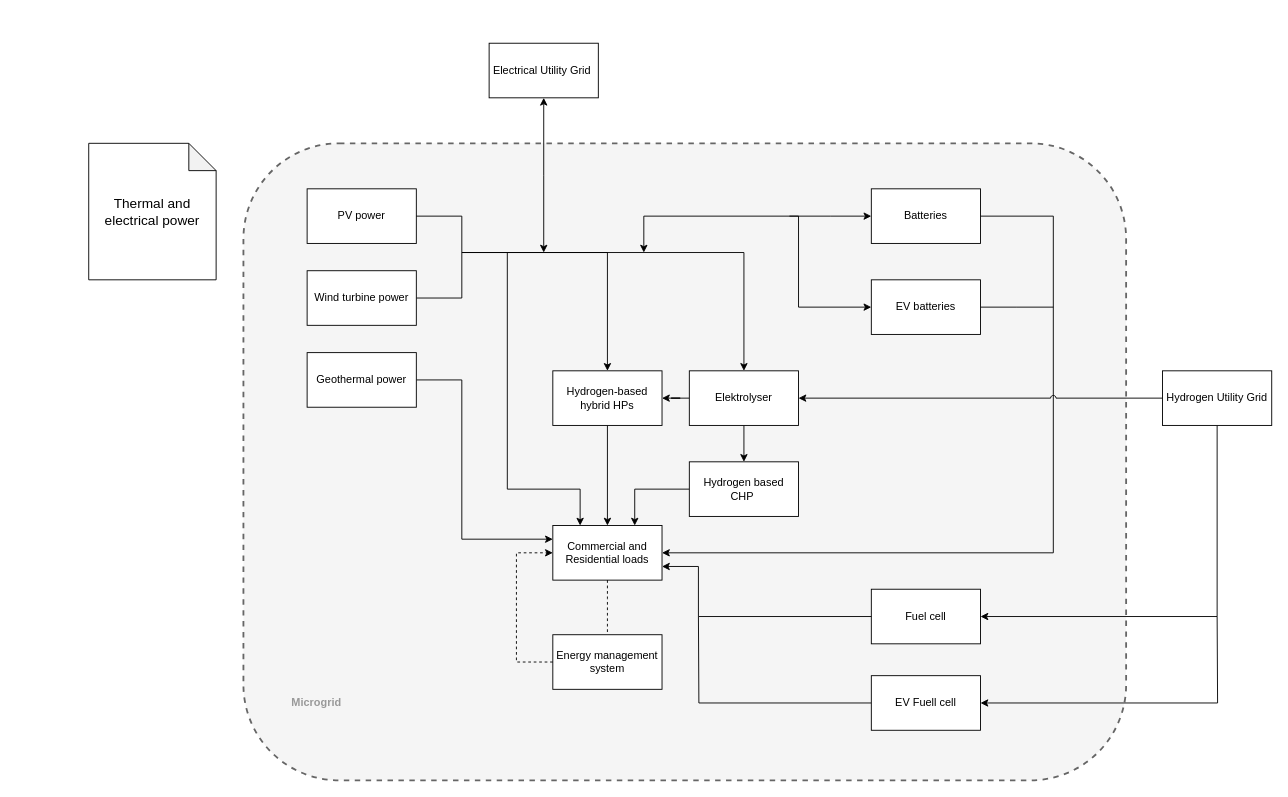
This is page "Model architecture" (2 of 2) of flowchart.drawio from TEKaal/Diagrams, a draw.io file, before an edit. Source tidied: cells renumbered, new cells numbered last; positions are measured from the earlier drawing's top-left corner, leaving out a move shared by most shapes. Both pictures are drawn from the tidied source at 91%, with x=0, y=0 at pixel (88, 43).
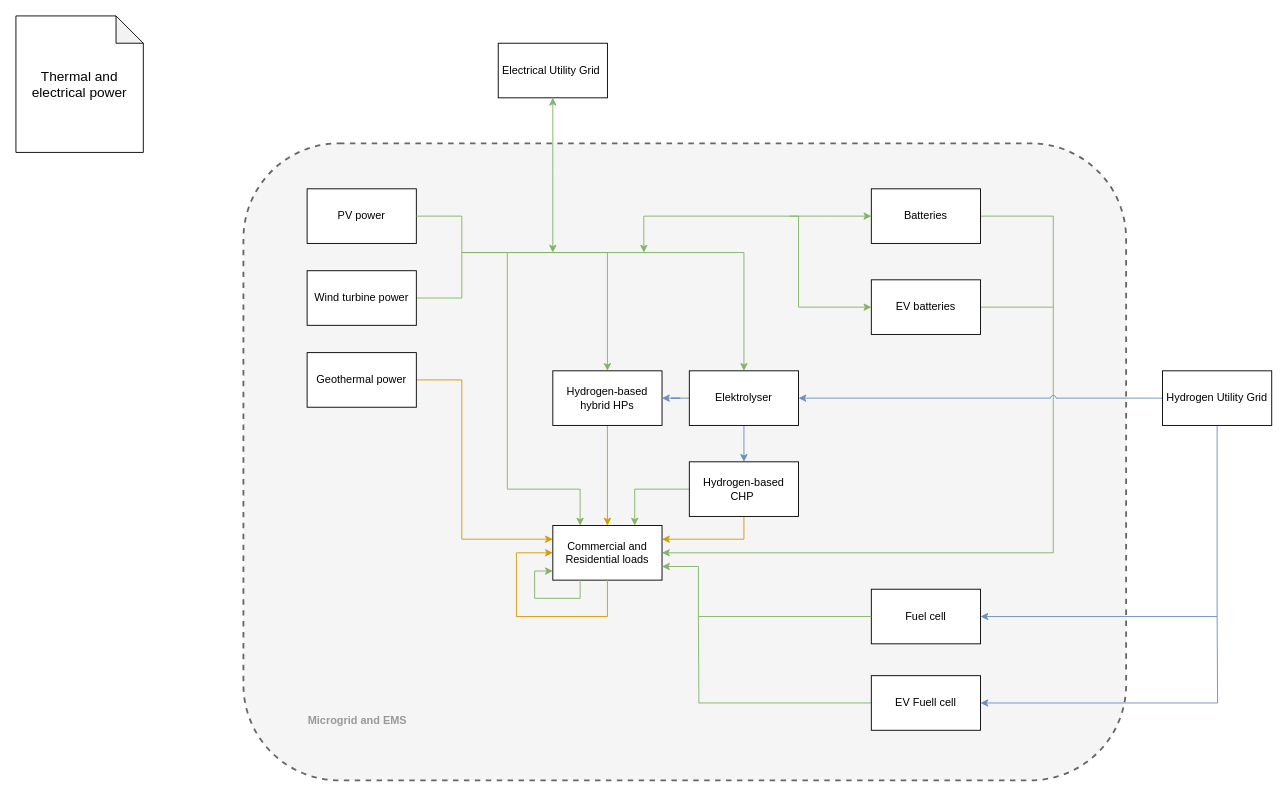
Above is the later version.

Unchanged cells that the change refers to:
```xml
<mxCell id="4" value="PV power" style="rounded=0;whiteSpace=wrap;html=1;" parent="1" vertex="1">
  <mxGeometry x="240" y="160" width="120" height="60" as="geometry" />
</mxCell>
<mxCell id="7" value="EV batteries" style="rounded=0;whiteSpace=wrap;html=1;" parent="1" vertex="1">
  <mxGeometry x="860" y="260" width="120" height="60" as="geometry" />
</mxCell>
<mxCell id="9" value="Commercial and Residential loads" style="rounded=0;whiteSpace=wrap;html=1;" parent="1" vertex="1">
  <mxGeometry x="510" y="530" width="120" height="60" as="geometry" />
</mxCell>
<mxCell id="12" value="Elektrolyser" style="rounded=0;whiteSpace=wrap;html=1;" parent="1" vertex="1">
  <mxGeometry x="660" y="360" width="120" height="60" as="geometry" />
</mxCell>
<mxCell id="14" value="Hydrogen-based hybrid HPs" style="rounded=0;whiteSpace=wrap;html=1;" parent="1" vertex="1">
  <mxGeometry x="510" y="360" width="120" height="60" as="geometry" />
</mxCell>
<mxCell id="16" value="Wind turbine power" style="rounded=0;whiteSpace=wrap;html=1;" parent="1" vertex="1">
  <mxGeometry x="240" y="250" width="120" height="60" as="geometry" />
</mxCell>
<mxCell id="25" value="Batteries" style="rounded=0;whiteSpace=wrap;html=1;" parent="1" vertex="1">
  <mxGeometry x="860" y="160" width="120" height="60" as="geometry" />
</mxCell>
<mxCell id="28" value="Hydrogen Utility Grid" style="rounded=0;whiteSpace=wrap;html=1;" parent="1" vertex="1">
  <mxGeometry x="1180" y="360" width="120" height="60" as="geometry" />
</mxCell>
<mxCell id="37" value="EV Fuell cell" style="rounded=0;whiteSpace=wrap;html=1;" parent="1" vertex="1">
  <mxGeometry x="860" y="695" width="120" height="60" as="geometry" />
</mxCell>
<mxCell id="39" value="Geothermal power" style="rounded=0;whiteSpace=wrap;html=1;" parent="1" vertex="1">
  <mxGeometry x="240" y="340" width="120" height="60" as="geometry" />
</mxCell>
```

The edit, as a diff of the source:
```diff
@@
-    <mxCell id="5" style="edgeStyle=orthogonalEdgeStyle;rounded=0;jettySize=auto;html=1;startArrow=classic;startFill=1;" parent="1" edge="1" source="7">
+    <mxCell id="5" style="edgeStyle=orthogonalEdgeStyle;rounded=0;jettySize=auto;html=1;startArrow=classic;startFill=1;fillColor=#d5e8d4;strokeColor=#82b366;" parent="1" edge="1" source="7">
       <mxGeometry relative="1" as="geometry">
         <mxPoint x="610" y="230" as="targetPoint" />
         <Array as="points">
           <mxPoint x="780" y="290" />
           <mxPoint x="780" y="190" />
           <mxPoint x="610" y="190" />
         </Array>
       </mxGeometry>
     </mxCell>
-    <mxCell id="6" style="edgeStyle=orthogonalEdgeStyle;rounded=0;jettySize=auto;html=1;endArrow=none;endFill=0;" parent="1" edge="1" source="7">
+    <mxCell id="6" style="edgeStyle=orthogonalEdgeStyle;rounded=0;jettySize=auto;html=1;endArrow=none;endFill=0;fillColor=#d5e8d4;strokeColor=#82b366;" parent="1" edge="1" source="7">
       <mxGeometry relative="1" as="geometry">
         <mxPoint x="1060" y="290" as="targetPoint" />
       </mxGeometry>
     </mxCell>
@@
-    <mxCell id="8" style="edgeStyle=orthogonalEdgeStyle;rounded=0;jettySize=auto;html=1;exitX=0.25;exitY=0;exitDx=0;exitDy=0;endArrow=none;endFill=0;startArrow=classic;startFill=1;" parent="1" edge="1" source="9">
+    <mxCell id="8" style="edgeStyle=orthogonalEdgeStyle;rounded=0;jettySize=auto;html=1;exitX=0.25;exitY=0;exitDx=0;exitDy=0;endArrow=none;endFill=0;startArrow=classic;startFill=1;fillColor=#d5e8d4;strokeColor=#82b366;" parent="1" edge="1" source="9">
       <mxGeometry relative="1" as="geometry">
         <mxPoint x="460" y="230" as="targetPoint" />
         <Array as="points">
           <mxPoint x="540" y="490" />
           <mxPoint x="460" y="490" />
         </Array>
       </mxGeometry>
     </mxCell>
@@
-    <mxCell id="10" style="edgeStyle=orthogonalEdgeStyle;rounded=0;jettySize=auto;html=1;entryX=1;entryY=0.5;entryDx=0;entryDy=0;" parent="1" edge="1" source="12" target="14">
+    <mxCell id="10" style="edgeStyle=orthogonalEdgeStyle;rounded=0;jettySize=auto;html=1;entryX=1;entryY=0.5;entryDx=0;entryDy=0;fillColor=#dae8fc;strokeColor=#6c8ebf;" parent="1" edge="1" source="12" target="14">
       <mxGeometry relative="1" as="geometry" />
     </mxCell>
-    <mxCell id="11" style="edgeStyle=orthogonalEdgeStyle;rounded=0;jettySize=auto;html=1;entryX=0.5;entryY=0;entryDx=0;entryDy=0;" parent="1" edge="1" source="12" target="18">
+    <mxCell id="11" style="edgeStyle=orthogonalEdgeStyle;rounded=0;jettySize=auto;html=1;entryX=0.5;entryY=0;entryDx=0;entryDy=0;fillColor=#dae8fc;strokeColor=#6c8ebf;" parent="1" edge="1" source="12" target="18">
       <mxGeometry relative="1" as="geometry" />
     </mxCell>
@@
-    <mxCell id="13" style="edgeStyle=orthogonalEdgeStyle;rounded=0;jettySize=auto;html=1;entryX=0.5;entryY=0;entryDx=0;entryDy=0;" parent="1" edge="1" source="14" target="9">
+    <mxCell id="13" style="edgeStyle=orthogonalEdgeStyle;rounded=0;jettySize=auto;html=1;entryX=0.5;entryY=0;entryDx=0;entryDy=0;fillColor=#ffe6cc;strokeColor=#d79b00;" parent="1" edge="1" source="14" target="9">
       <mxGeometry relative="1" as="geometry" />
     </mxCell>
@@
-    <mxCell id="15" style="edgeStyle=orthogonalEdgeStyle;rounded=0;jettySize=auto;html=1;entryX=0.5;entryY=0;entryDx=0;entryDy=0;" parent="1" edge="1" source="16" target="12">
+    <mxCell id="15" style="edgeStyle=orthogonalEdgeStyle;rounded=0;jettySize=auto;html=1;entryX=0.5;entryY=0;entryDx=0;entryDy=0;fillColor=#d5e8d4;strokeColor=#82b366;" parent="1" edge="1" source="16" target="12">
       <mxGeometry relative="1" as="geometry">
         <Array as="points">
           <mxPoint x="410" y="280" />
           <mxPoint x="410" y="230" />
           <mxPoint x="720" y="230" />
         </Array>
       </mxGeometry>
     </mxCell>
@@
-    <mxCell id="17" style="edgeStyle=orthogonalEdgeStyle;rounded=0;jettySize=auto;html=1;entryX=0.75;entryY=0;entryDx=0;entryDy=0;" parent="1" edge="1" source="18" target="9">
+    <mxCell id="17" style="edgeStyle=orthogonalEdgeStyle;rounded=0;jettySize=auto;html=1;entryX=0.75;entryY=0;entryDx=0;entryDy=0;fillColor=#d5e8d4;strokeColor=#82b366;" parent="1" edge="1" source="18" target="9">
       <mxGeometry relative="1" as="geometry" />
     </mxCell>
+    <mxCell id="40" style="edgeStyle=orthogonalEdgeStyle;rounded=0;jettySize=auto;html=1;exitX=0.5;exitY=1;exitDx=0;exitDy=0;entryX=1;entryY=0.25;entryDx=0;entryDy=0;fillColor=#ffe6cc;strokeColor=#d79b00;" parent="1" edge="1" source="18" target="9">
+      <mxGeometry relative="1" as="geometry">
+        <Array as="points">
+          <mxPoint x="720" y="545" />
+        </Array>
+      </mxGeometry>
+    </mxCell>
-    <mxCell id="18" value="Hydrogen based CHP&amp;nbsp;" style="rounded=0;whiteSpace=wrap;html=1;" parent="1" vertex="1">
+    <mxCell id="18" value="Hydrogen-based CHP&amp;nbsp;" style="rounded=0;whiteSpace=wrap;html=1;" parent="1" vertex="1">
       <mxGeometry x="660" y="460" width="120" height="60" as="geometry" />
     </mxCell>
     <mxCell id="19" value="&lt;font style=&quot;font-size: 15px;&quot;&gt;Thermal and electrical power&lt;/font&gt;" style="shape=note;whiteSpace=wrap;html=1;backgroundOutline=1;darkOpacity=0.05;" parent="1" vertex="1">
-      <mxGeometry y="110" width="140" height="150" as="geometry" />
+      <mxGeometry x="-80" y="-30" width="140" height="150" as="geometry" />
     </mxCell>
@@
-    <mxCell id="21" style="edgeStyle=orthogonalEdgeStyle;rounded=0;jettySize=auto;html=1;startArrow=classic;startFill=1;" parent="1" edge="1" source="22">
+    <mxCell id="21" style="edgeStyle=orthogonalEdgeStyle;rounded=0;jettySize=auto;html=1;startArrow=classic;startFill=1;fillColor=#d5e8d4;strokeColor=#82b366;" parent="1" edge="1" source="22">
       <mxGeometry relative="1" as="geometry">
-        <mxPoint x="500" y="230" as="targetPoint" />
+        <mxPoint x="510" y="230" as="targetPoint" />
       </mxGeometry>
     </mxCell>
     <mxCell id="22" value="Electrical Utility Grid&amp;nbsp;" style="rounded=0;whiteSpace=wrap;html=1;" parent="1" vertex="1">
-      <mxGeometry x="440" width="120" height="60" as="geometry" />
+      <mxGeometry x="450" width="120" height="60" as="geometry" />
     </mxCell>
-    <mxCell id="23" style="edgeStyle=orthogonalEdgeStyle;rounded=0;jettySize=auto;html=1;entryX=1;entryY=0.5;entryDx=0;entryDy=0;" parent="1" edge="1" source="25" target="9">
+    <mxCell id="23" style="edgeStyle=orthogonalEdgeStyle;rounded=0;jettySize=auto;html=1;entryX=1;entryY=0.5;entryDx=0;entryDy=0;fillColor=#d5e8d4;strokeColor=#82b366;" parent="1" edge="1" source="25" target="9">
       <mxGeometry relative="1" as="geometry">
         <Array as="points">
           <mxPoint x="1060" y="190" />
           <mxPoint x="1060" y="560" />
         </Array>
       </mxGeometry>
     </mxCell>
-    <mxCell id="24" style="edgeStyle=orthogonalEdgeStyle;rounded=0;jettySize=auto;html=1;endArrow=none;endFill=0;startArrow=classic;startFill=1;" parent="1" edge="1" source="25">
+    <mxCell id="24" style="edgeStyle=orthogonalEdgeStyle;rounded=0;jettySize=auto;html=1;endArrow=none;endFill=0;startArrow=classic;startFill=1;fillColor=#d5e8d4;strokeColor=#82b366;" parent="1" edge="1" source="25">
       <mxGeometry relative="1" as="geometry">
         <mxPoint x="770" y="190" as="targetPoint" />
       </mxGeometry>
     </mxCell>
@@
-    <mxCell id="26" style="edgeStyle=elbowEdgeStyle;rounded=0;jettySize=auto;html=1;entryX=1;entryY=0.5;entryDx=0;entryDy=0;jumpStyle=arc;" parent="1" edge="1" source="28" target="12">
+    <mxCell id="26" style="edgeStyle=elbowEdgeStyle;rounded=0;jettySize=auto;html=1;entryX=1;entryY=0.5;entryDx=0;entryDy=0;jumpStyle=arc;fillColor=#dae8fc;strokeColor=#6c8ebf;" parent="1" edge="1" source="28" target="12">
       <mxGeometry relative="1" as="geometry" />
     </mxCell>
-    <mxCell id="27" style="edgeStyle=orthogonalEdgeStyle;rounded=0;jettySize=auto;html=1;" parent="1" edge="1" source="28">
+    <mxCell id="27" style="edgeStyle=orthogonalEdgeStyle;rounded=0;jettySize=auto;html=1;fillColor=#dae8fc;strokeColor=#6c8ebf;" parent="1" edge="1" source="28">
       <mxGeometry relative="1" as="geometry">
         <mxPoint x="980" y="630" as="targetPoint" />
         <Array as="points">
           <mxPoint x="1240" y="630" />
         </Array>
       </mxGeometry>
     </mxCell>
@@
-    <mxCell id="29" style="edgeStyle=orthogonalEdgeStyle;rounded=0;jettySize=auto;html=1;entryX=0.5;entryY=0;entryDx=0;entryDy=0;exitX=1;exitY=0.5;exitDx=0;exitDy=0;" parent="1" edge="1" source="4" target="14">
+    <mxCell id="29" style="edgeStyle=orthogonalEdgeStyle;rounded=0;jettySize=auto;html=1;entryX=0.5;entryY=0;entryDx=0;entryDy=0;exitX=1;exitY=0.5;exitDx=0;exitDy=0;fillColor=#d5e8d4;strokeColor=#82b366;" parent="1" edge="1" source="4" target="14">
       <mxGeometry relative="1" as="geometry">
         <Array as="points">
           <mxPoint x="410" y="190" />
           <mxPoint x="410" y="230" />
           <mxPoint x="570" y="230" />
         </Array>
       </mxGeometry>
     </mxCell>
-    <mxCell id="30" style="edgeStyle=orthogonalEdgeStyle;rounded=0;jettySize=auto;html=1;endArrow=none;endFill=0;dashed=1;" parent="1" edge="1" source="9" target="32">
-      <mxGeometry relative="1" as="geometry">
-        <Array as="points">
-          <mxPoint x="570" y="610" />
-          <mxPoint x="570" y="610" />
-        </Array>
-      </mxGeometry>
-    </mxCell>
-    <mxCell id="31" value="Microgrid" style="text;html=1;align=center;verticalAlign=middle;strokeColor=none;fillColor=none;fontStyle=1;fontColor=#999999;" parent="1" vertex="1">
-      <mxGeometry x="210" y="710" width="80" height="30" as="geometry" />
+    <mxCell id="31" value="Microgrid and EMS" style="text;html=1;align=center;verticalAlign=middle;strokeColor=none;fillColor=none;fontStyle=1;fontColor=#999999;" parent="1" vertex="1">
+      <mxGeometry x="230" y="730" width="130" height="30" as="geometry" />
     </mxCell>
-    <mxCell id="32" value="Energy management system" style="rounded=0;whiteSpace=wrap;html=1;" parent="1" vertex="1">
-      <mxGeometry x="510" y="650" width="120" height="60" as="geometry" />
-    </mxCell>
-    <mxCell id="33" style="edgeStyle=orthogonalEdgeStyle;rounded=0;jettySize=auto;html=1;entryX=0;entryY=0.5;entryDx=0;entryDy=0;dashed=1;" parent="1" edge="1" source="32" target="9">
-      <mxGeometry relative="1" as="geometry">
-        <Array as="points">
-          <mxPoint x="470" y="680" />
-          <mxPoint x="470" y="560" />
-        </Array>
-      </mxGeometry>
-    </mxCell>
-    <mxCell id="34" style="edgeStyle=orthogonalEdgeStyle;rounded=0;jettySize=auto;html=1;entryX=1;entryY=0.75;entryDx=0;entryDy=0;" parent="1" edge="1" target="9">
+    <mxCell id="34" style="edgeStyle=orthogonalEdgeStyle;rounded=0;jettySize=auto;html=1;entryX=1;entryY=0.75;entryDx=0;entryDy=0;fillColor=#d5e8d4;strokeColor=#82b366;" parent="1" edge="1" target="9">
       <mxGeometry relative="1" as="geometry">
         <mxPoint x="860" y="630" as="sourcePoint" />
         <Array as="points">
           <mxPoint x="670" y="630" />
           <mxPoint x="670" y="575" />
         </Array>
       </mxGeometry>
     </mxCell>
-    <mxCell id="35" style="edgeStyle=orthogonalEdgeStyle;rounded=0;jettySize=auto;html=1;endArrow=none;endFill=0;startArrow=classic;startFill=1;" parent="1" edge="1" source="37">
+    <mxCell id="35" style="edgeStyle=orthogonalEdgeStyle;rounded=0;jettySize=auto;html=1;endArrow=none;endFill=0;startArrow=classic;startFill=1;fillColor=#dae8fc;strokeColor=#6c8ebf;" parent="1" edge="1" source="37">
       <mxGeometry relative="1" as="geometry">
         <mxPoint x="1240" y="630" as="targetPoint" />
       </mxGeometry>
     </mxCell>
-    <mxCell id="36" style="edgeStyle=orthogonalEdgeStyle;rounded=0;jettySize=auto;html=1;endArrow=none;endFill=0;" parent="1" edge="1" source="37">
+    <mxCell id="36" style="edgeStyle=orthogonalEdgeStyle;rounded=0;jettySize=auto;html=1;endArrow=none;endFill=0;fillColor=#d5e8d4;strokeColor=#82b366;" parent="1" edge="1" source="37">
       <mxGeometry relative="1" as="geometry">
         <mxPoint x="670" y="630" as="targetPoint" />
       </mxGeometry>
     </mxCell>
@@
-    <mxCell id="38" style="edgeStyle=orthogonalEdgeStyle;rounded=0;jettySize=auto;html=1;entryX=0;entryY=0.25;entryDx=0;entryDy=0;" parent="1" edge="1" source="39" target="9">
+    <mxCell id="38" style="edgeStyle=orthogonalEdgeStyle;rounded=0;jettySize=auto;html=1;entryX=0;entryY=0.25;entryDx=0;entryDy=0;fillColor=#ffe6cc;strokeColor=#d79b00;" parent="1" edge="1" source="39" target="9">
       <mxGeometry relative="1" as="geometry">
         <Array as="points">
           <mxPoint x="410" y="370" />
           <mxPoint x="410" y="545" />
         </Array>
       </mxGeometry>
     </mxCell>
@@
+    <mxCell id="41" style="edgeStyle=orthogonalEdgeStyle;rounded=0;jettySize=auto;html=1;fillColor=#d5e8d4;strokeColor=#82b366;exitX=0.25;exitY=1;exitDx=0;exitDy=0;" parent="1" edge="1" source="9">
+      <mxGeometry relative="1" as="geometry">
+        <mxPoint x="510" y="580" as="targetPoint" />
+        <Array as="points">
+          <mxPoint x="540" y="610" />
+          <mxPoint x="490" y="610" />
+          <mxPoint x="490" y="580" />
+        </Array>
+      </mxGeometry>
+    </mxCell>
+    <mxCell id="42" style="edgeStyle=orthogonalEdgeStyle;rounded=0;orthogonalLoop=1;jettySize=auto;html=1;entryX=0;entryY=0.5;entryDx=0;entryDy=0;exitX=0.5;exitY=1;exitDx=0;exitDy=0;fillColor=#ffe6cc;strokeColor=#d79b00;" parent="1" edge="1" source="9" target="9">
+      <mxGeometry relative="1" as="geometry">
+        <Array as="points">
+          <mxPoint x="570" y="630" />
+          <mxPoint x="470" y="630" />
+          <mxPoint x="470" y="560" />
+        </Array>
+      </mxGeometry>
+    </mxCell>
```
